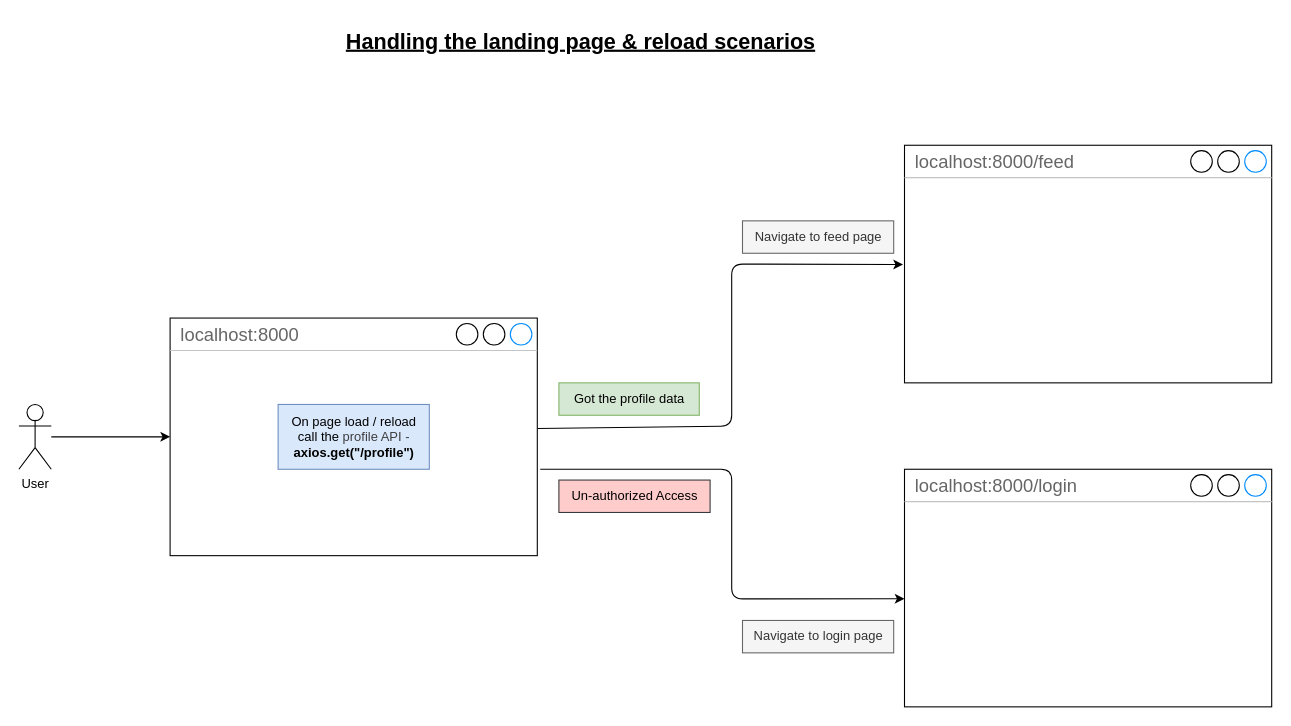
Above: client-web/design/reload_page.drawio in rkchoudhury/devTinder (draw.io), before the change. Source tidied: cells renumbered, new cells numbered last; positions are measured from the earlier drawing's top-left corner, leaving out a move shared by most shapes. Both pictures are drawn from the tidied source at 108%, with x=0, y=0 at pixel (18, 18).
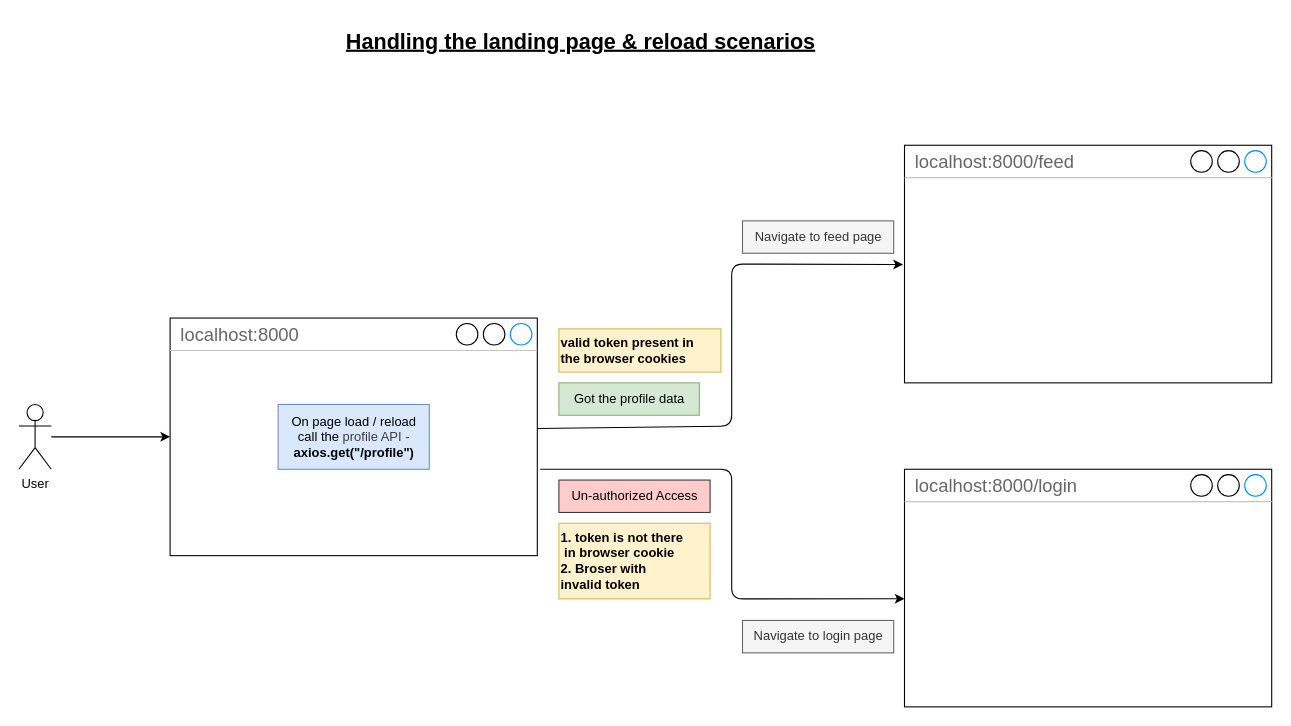
Above is the later version.

Diff of the diagram source:
```diff
@@
+    <mxCell id="15" value="&lt;b&gt;valid token present in&amp;nbsp;&lt;/b&gt;&lt;div&gt;&lt;b&gt;the browser cookies&lt;/b&gt;&lt;/div&gt;" style="text;html=1;align=left;verticalAlign=middle;fillColor=#fff2cc;strokeColor=#d6b656;" parent="1" vertex="1">
+      <mxGeometry x="500" y="287" width="150" height="40" as="geometry" />
+    </mxCell>
+    <mxCell id="16" value="&lt;b&gt;1. token is not there&lt;/b&gt;&lt;div&gt;&lt;b&gt;&amp;nbsp;in browser cookie&lt;/b&gt;&lt;div&gt;&lt;b&gt;2. Broser with&amp;nbsp;&lt;/b&gt;&lt;/div&gt;&lt;div&gt;&lt;b&gt;invalid token&lt;/b&gt;&lt;/div&gt;&lt;/div&gt;" style="text;html=1;align=left;verticalAlign=middle;strokeColor=#d6b656;fillColor=#fff2cc;" parent="1" vertex="1">
+      <mxGeometry x="500" y="467" width="140" height="70" as="geometry" />
+    </mxCell>
```
